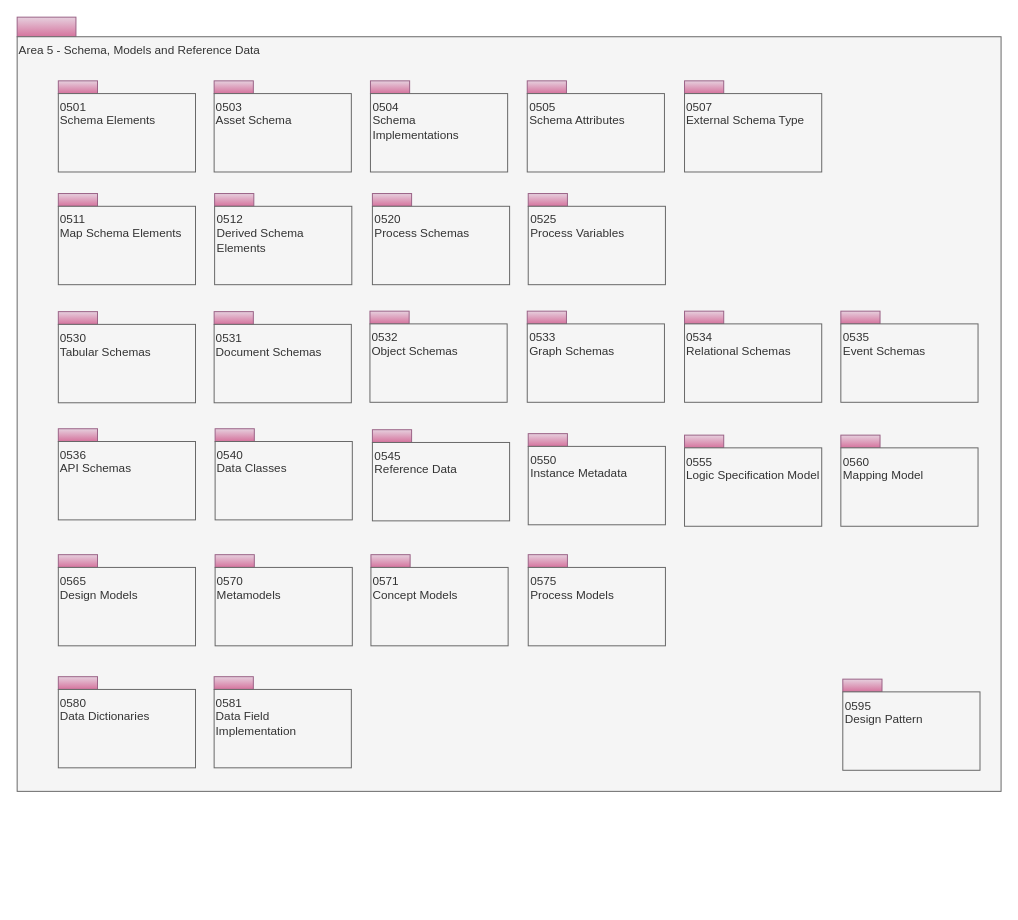
Earlier version of the draw.io diagram page "overview" (1 of 33) of site/docs/types/5/area-5-models-and-schema.drawio (odpi/egeria-docs). Source tidied: cells renumbered, new cells numbered last; positions are measured from the earlier drawing's top-left corner, leaving out a move shared by most shapes. Both pictures are drawn from the tidied source at 98%, with x=0, y=0 at pixel (17, 17).
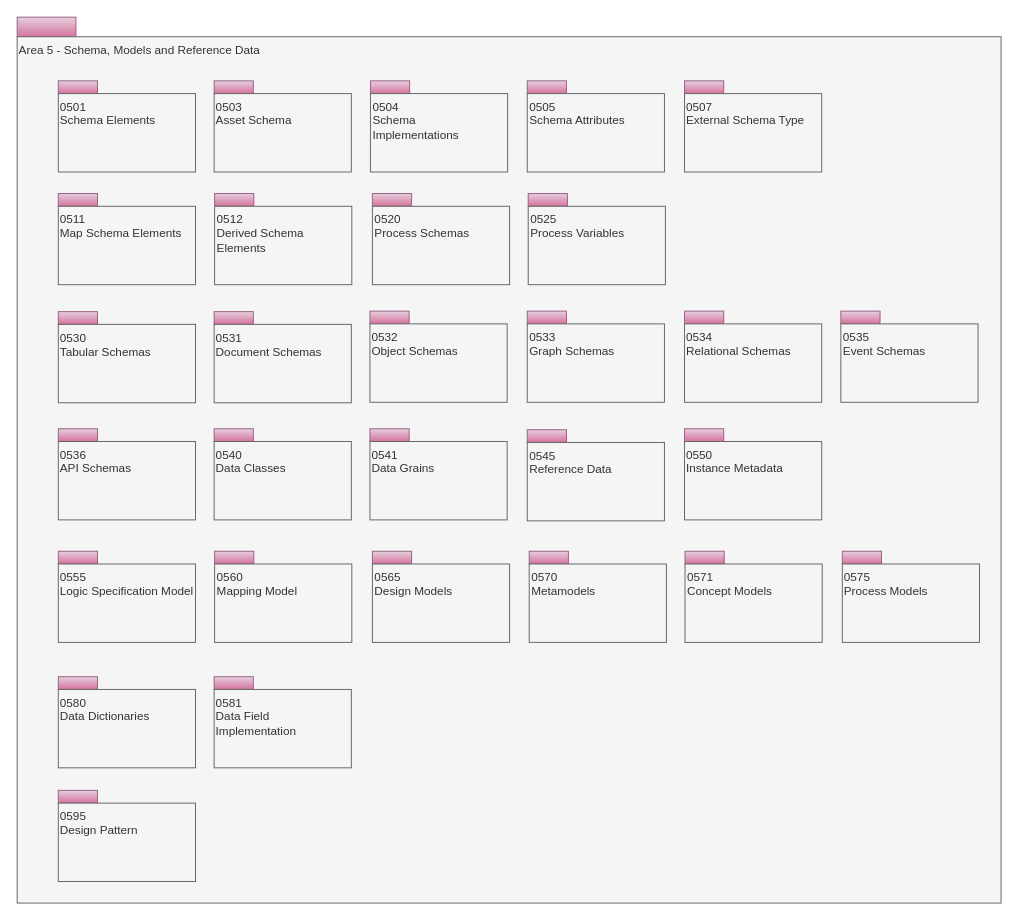
Above is the later version.

Diff of the diagram source:
```diff
@@
     <mxCell id="3" value="Area 5 - Schema, Models and Reference Data" style="rounded=0;whiteSpace=wrap;html=1;align=left;verticalAlign=top;fillColor=#f5f5f5;fontColor=#333333;strokeColor=#666666;" parent="1" vertex="1">
-      <mxGeometry y="20" width="1004" height="770" as="geometry" />
+      <mxGeometry y="20" width="1004" height="884" as="geometry" />
     </mxCell>
@@
     <mxCell id="22" style="rounded=0;whiteSpace=wrap;html=1;align=left;fillColor=#e6d0de;strokeColor=#996185;gradientColor=#d5739d;" parent="1" vertex="1">
-      <mxGeometry x="202" y="420" width="40" height="13" as="geometry" />
+      <mxGeometry x="360" y="420" width="40" height="13" as="geometry" />
     </mxCell>
-    <mxCell id="23" value="0540&lt;br&gt;Data Classes&lt;br&gt;" style="rounded=0;whiteSpace=wrap;html=1;align=left;verticalAlign=top;fillColor=#f5f5f5;fontColor=#333333;strokeColor=#666666;" parent="1" vertex="1">
-      <mxGeometry x="202" y="433" width="140" height="80" as="geometry" />
+    <mxCell id="23" value="0541&lt;br&gt;Data Grains" style="rounded=0;whiteSpace=wrap;html=1;align=left;verticalAlign=top;fillColor=#f5f5f5;fontColor=#333333;strokeColor=#666666;" parent="1" vertex="1">
+      <mxGeometry x="360" y="433" width="140" height="80" as="geometry" />
     </mxCell>
     <mxCell id="24" style="rounded=0;whiteSpace=wrap;html=1;align=left;fillColor=#e6d0de;strokeColor=#996185;gradientColor=#d5739d;" parent="1" vertex="1">
-      <mxGeometry x="681" y="426.5" width="40" height="13" as="geometry" />
+      <mxGeometry x="42" y="545" width="40" height="13" as="geometry" />
     </mxCell>
     <mxCell id="25" value="0555&lt;br&gt;Logic Specification Model" style="rounded=0;whiteSpace=wrap;html=1;align=left;verticalAlign=top;fillColor=#f5f5f5;fontColor=#333333;strokeColor=#666666;" parent="1" vertex="1">
-      <mxGeometry x="681" y="439.5" width="140" height="80" as="geometry" />
+      <mxGeometry x="42" y="558" width="140" height="80" as="geometry" />
     </mxCell>
     <mxCell id="26" style="rounded=0;whiteSpace=wrap;html=1;align=left;fillColor=#e6d0de;strokeColor=#996185;gradientColor=#d5739d;" parent="1" vertex="1">
-      <mxGeometry x="840.5" y="426.5" width="40" height="13" as="geometry" />
+      <mxGeometry x="201.5" y="545" width="40" height="13" as="geometry" />
     </mxCell>
     <mxCell id="27" value="0560&lt;br&gt;Mapping Model&lt;br&gt;" style="rounded=0;whiteSpace=wrap;html=1;align=left;verticalAlign=top;fillColor=#f5f5f5;fontColor=#333333;strokeColor=#666666;" parent="1" vertex="1">
-      <mxGeometry x="840.5" y="439.5" width="140" height="80" as="geometry" />
+      <mxGeometry x="201.5" y="558" width="140" height="80" as="geometry" />
     </mxCell>
     <mxCell id="28" style="rounded=0;whiteSpace=wrap;html=1;align=left;fillColor=#e6d0de;strokeColor=#996185;gradientColor=#d5739d;" parent="1" vertex="1">
-      <mxGeometry x="362.5" y="421" width="40" height="13" as="geometry" />
+      <mxGeometry x="520.5" y="421" width="40" height="13" as="geometry" />
     </mxCell>
     <mxCell id="29" value="0545&lt;br&gt;Reference Data&lt;br&gt;" style="rounded=0;whiteSpace=wrap;html=1;align=left;verticalAlign=top;fillColor=#f5f5f5;fontColor=#333333;strokeColor=#666666;" parent="1" vertex="1">
-      <mxGeometry x="362.5" y="434" width="140" height="80" as="geometry" />
+      <mxGeometry x="520.5" y="434" width="140" height="80" as="geometry" />
     </mxCell>
@@
     <mxCell id="38" style="rounded=0;whiteSpace=wrap;html=1;align=left;fillColor=#e6d0de;strokeColor=#996185;gradientColor=#d5739d;" parent="1" vertex="1">
-      <mxGeometry x="202" y="548.5" width="40" height="13" as="geometry" />
+      <mxGeometry x="522.5" y="545" width="40" height="13" as="geometry" />
     </mxCell>
     <mxCell id="39" value="0570&lt;br&gt;Metamodels&lt;br&gt;" style="rounded=0;whiteSpace=wrap;html=1;align=left;verticalAlign=top;fillColor=#f5f5f5;fontColor=#333333;strokeColor=#666666;" parent="1" vertex="1">
-      <mxGeometry x="202" y="561.5" width="140" height="80" as="geometry" />
+      <mxGeometry x="522.5" y="558" width="140" height="80" as="geometry" />
     </mxCell>
     <mxCell id="40" style="rounded=0;whiteSpace=wrap;html=1;align=left;fillColor=#e6d0de;strokeColor=#996185;gradientColor=#d5739d;" parent="1" vertex="1">
-      <mxGeometry x="521.5" y="548.5" width="40" height="13" as="geometry" />
+      <mxGeometry x="842" y="545" width="40" height="13" as="geometry" />
     </mxCell>
     <mxCell id="41" value="0575&lt;br&gt;Process Models" style="rounded=0;whiteSpace=wrap;html=1;align=left;verticalAlign=top;fillColor=#f5f5f5;fontColor=#333333;strokeColor=#666666;" parent="1" vertex="1">
-      <mxGeometry x="521.5" y="561.5" width="140" height="80" as="geometry" />
+      <mxGeometry x="842" y="558" width="140" height="80" as="geometry" />
     </mxCell>
     <mxCell id="42" style="rounded=0;whiteSpace=wrap;html=1;align=left;fillColor=#e6d0de;strokeColor=#996185;gradientColor=#d5739d;" parent="1" vertex="1">
-      <mxGeometry x="842.5" y="675.5" width="40" height="13" as="geometry" />
+      <mxGeometry x="42" y="789" width="40" height="13" as="geometry" />
     </mxCell>
     <mxCell id="43" value="0595&lt;br&gt;Design Pattern&lt;br&gt;" style="rounded=0;whiteSpace=wrap;html=1;align=left;verticalAlign=top;fillColor=#f5f5f5;fontColor=#333333;strokeColor=#666666;" parent="1" vertex="1">
-      <mxGeometry x="842.5" y="688.5" width="140" height="80" as="geometry" />
+      <mxGeometry x="42" y="802" width="140" height="80" as="geometry" />
     </mxCell>
     <mxCell id="44" style="rounded=0;whiteSpace=wrap;html=1;align=left;fillColor=#e6d0de;strokeColor=#996185;gradientColor=#d5739d;" parent="1" vertex="1">
-      <mxGeometry x="42" y="548.5" width="40" height="13" as="geometry" />
+      <mxGeometry x="362.5" y="545" width="40" height="13" as="geometry" />
     </mxCell>
     <mxCell id="45" value="0565&lt;br&gt;Design Models" style="rounded=0;whiteSpace=wrap;html=1;align=left;verticalAlign=top;fillColor=#f5f5f5;fontColor=#333333;strokeColor=#666666;" parent="1" vertex="1">
-      <mxGeometry x="42" y="561.5" width="140" height="80" as="geometry" />
+      <mxGeometry x="362.5" y="558" width="140" height="80" as="geometry" />
     </mxCell>
     <mxCell id="46" style="rounded=0;whiteSpace=wrap;html=1;align=left;fillColor=#e6d0de;strokeColor=#996185;gradientColor=#d5739d;" parent="1" vertex="1">
-      <mxGeometry x="361" y="548.5" width="40" height="13" as="geometry" />
+      <mxGeometry x="681.5" y="545" width="40" height="13" as="geometry" />
     </mxCell>
     <mxCell id="47" value="0571&lt;br&gt;Concept Models" style="rounded=0;whiteSpace=wrap;html=1;align=left;verticalAlign=top;fillColor=#f5f5f5;fontColor=#333333;strokeColor=#666666;" parent="1" vertex="1">
-      <mxGeometry x="361" y="561.5" width="140" height="80" as="geometry" />
+      <mxGeometry x="681.5" y="558" width="140" height="80" as="geometry" />
     </mxCell>
@@
     <mxCell id="52" style="rounded=0;whiteSpace=wrap;html=1;align=left;fillColor=#e6d0de;strokeColor=#996185;gradientColor=#d5739d;" parent="1" vertex="1">
-      <mxGeometry x="521.5" y="425" width="40" height="13" as="geometry" />
+      <mxGeometry x="681" y="420" width="40" height="13" as="geometry" />
     </mxCell>
     <mxCell id="53" value="0550&lt;br&gt;Instance Metadata" style="rounded=0;whiteSpace=wrap;html=1;align=left;verticalAlign=top;fillColor=#f5f5f5;fontColor=#333333;strokeColor=#666666;" parent="1" vertex="1">
-      <mxGeometry x="521.5" y="438" width="140" height="80" as="geometry" />
+      <mxGeometry x="681" y="433" width="140" height="80" as="geometry" />
     </mxCell>
@@
+    <mxCell id="60" style="rounded=0;whiteSpace=wrap;html=1;align=left;fillColor=#e6d0de;strokeColor=#996185;gradientColor=#d5739d;" parent="1" vertex="1">
+      <mxGeometry x="201" y="420" width="40" height="13" as="geometry" />
+    </mxCell>
+    <mxCell id="61" value="0540&lt;br&gt;Data Classes&lt;br&gt;" style="rounded=0;whiteSpace=wrap;html=1;align=left;verticalAlign=top;fillColor=#f5f5f5;fontColor=#333333;strokeColor=#666666;" parent="1" vertex="1">
+      <mxGeometry x="201" y="433" width="140" height="80" as="geometry" />
+    </mxCell>
```
